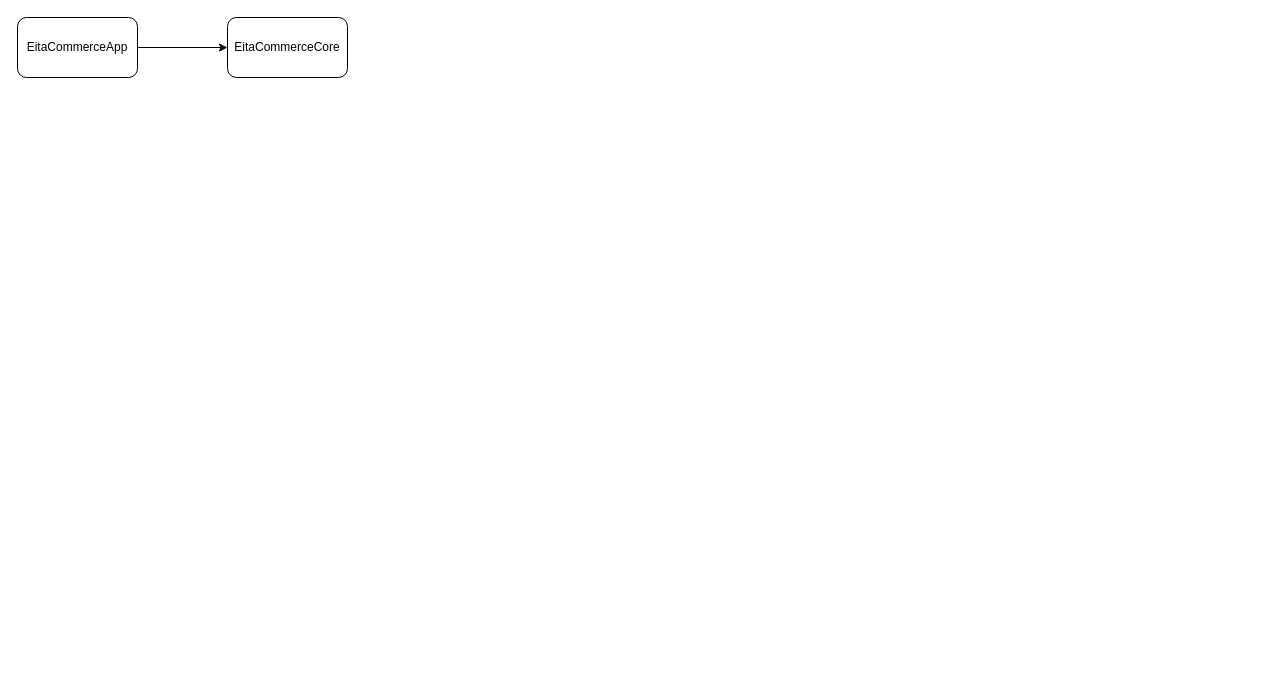
eitaumdev/EitaCommerceApp keeps this draw.io diagram as Ecommerce.drawio. Above is the earlier version. Source tidied: cells renumbered, new cells numbered last; positions are measured from the earlier drawing's top-left corner, leaving out a move shared by most shapes. Both pictures are drawn from the tidied source at 100%, with x=0, y=0 at pixel (17, 17).
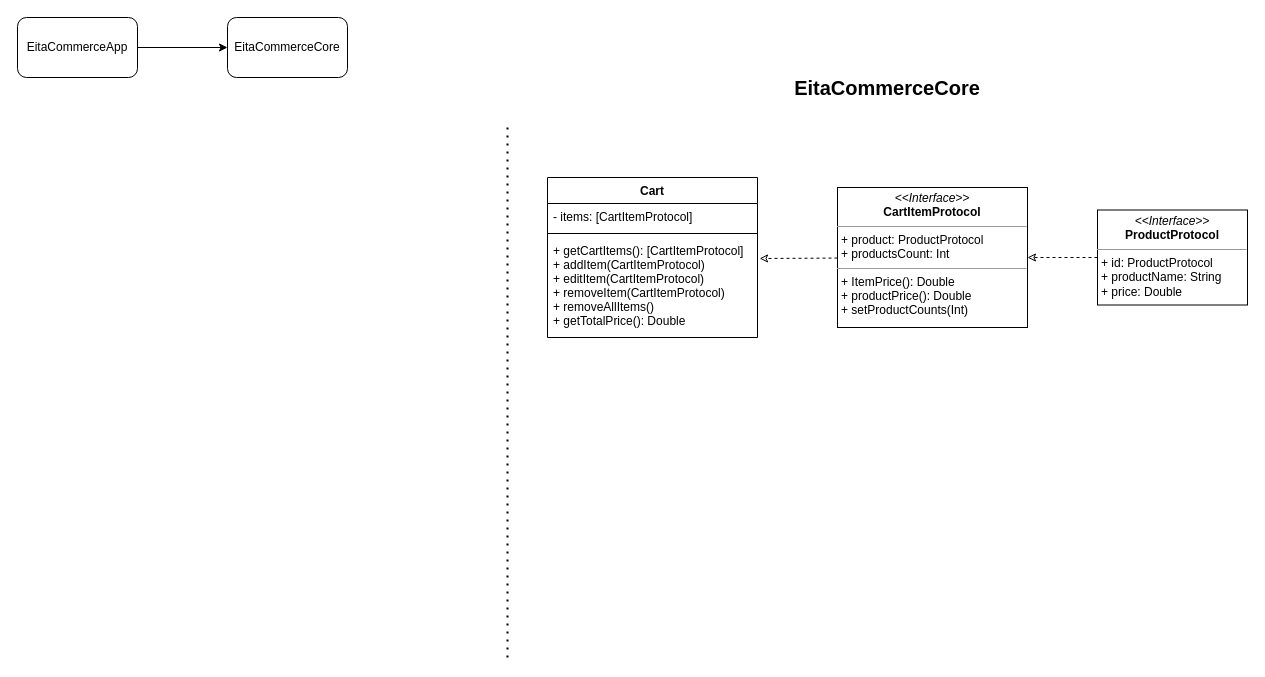
After the change.

What changed in the source:
```diff
@@
 <mxGraphModel>
   <root>
     <mxCell id="0" />
     <mxCell id="1" parent="0" />
     <mxCell id="2" value="EitaCommerceCore" style="rounded=1;whiteSpace=wrap;html=1;" parent="1" vertex="1">
       <mxGeometry x="210" width="120" height="60" as="geometry" />
     </mxCell>
     <mxCell id="3" style="edgeStyle=orthogonalEdgeStyle;rounded=0;jettySize=auto;html=1;entryX=0;entryY=0.5;entryDx=0;entryDy=0;" parent="1" edge="1" source="4" target="2">
       <mxGeometry relative="1" as="geometry" />
     </mxCell>
     <mxCell id="4" value="EitaCommerceApp" style="rounded=1;whiteSpace=wrap;html=1;" parent="1" vertex="1">
       <mxGeometry width="120" height="60" as="geometry" />
     </mxCell>
+    <mxCell id="5" style="endArrow=none;dashed=1;html=1;dashPattern=1 3;strokeWidth=2;" parent="1" edge="1">
+      <mxGeometry relative="1" as="geometry">
+        <mxPoint x="490" y="640" as="sourcePoint" />
+        <mxPoint x="490" y="110" as="targetPoint" />
+      </mxGeometry>
+    </mxCell>
+    <mxCell id="6" value="Cart" style="swimlane;fontStyle=1;align=center;verticalAlign=top;horizontal=1;startSize=26;" parent="1" vertex="1">
+      <mxGeometry x="530" y="160" width="210" height="160" as="geometry" />
+    </mxCell>
+    <mxCell id="7" value="- items: [CartItemProtocol]" style="text;strokeColor=none;fillColor=none;align=left;verticalAlign=top;spacingLeft=4;spacingRight=4;overflow=hidden;" parent="6" vertex="1">
+      <mxGeometry y="26" width="210" height="26" as="geometry" />
+    </mxCell>
+    <mxCell id="8" style="line;strokeWidth=1;fillColor=none;align=left;verticalAlign=middle;spacingTop=-1;spacingLeft=3;spacingRight=3;labelPosition=right;" parent="6" vertex="1">
+      <mxGeometry y="52" width="210" height="8" as="geometry" />
+    </mxCell>
+    <mxCell id="9" value="+ getCartItems(): [CartItemProtocol]&#10;+ addItem(CartItemProtocol)&#10;+ editItem(CartItemProtocol)&#10;+ removeItem(CartItemProtocol)&#10;+ removeAllItems()&#10;+ getTotalPrice(): Double" style="text;strokeColor=none;fillColor=none;align=left;verticalAlign=top;spacingLeft=4;spacingRight=4;overflow=hidden;points=[[0,0.5],[1,0.5]];portConstraint=eastwest;" parent="6" vertex="1">
+      <mxGeometry y="60" width="210" height="100" as="geometry" />
+    </mxCell>
+    <mxCell id="10" value="EitaCommerceCore" style="text;html=1;strokeColor=none;fillColor=none;align=center;verticalAlign=middle;whiteSpace=wrap;rounded=0;fontStyle=1;fontSize=20;" parent="1" vertex="1">
+      <mxGeometry x="790" y="60" width="160" height="20" as="geometry" />
+    </mxCell>
+    <mxCell id="11" style="edgeStyle=none;rounded=0;sketch=0;jettySize=auto;html=1;dashed=1;fontSize=20;startArrow=none;startFill=0;endArrow=classic;endFill=0;entryX=1.01;entryY=0.21;entryDx=0;entryDy=0;entryPerimeter=0;" parent="1" edge="1" source="12" target="9">
+      <mxGeometry relative="1" as="geometry" />
+    </mxCell>
+    <mxCell id="12" value="&lt;p style=&quot;margin: 0px ; margin-top: 4px ; text-align: center&quot;&gt;&lt;i&gt;&amp;lt;&amp;lt;Interface&amp;gt;&amp;gt;&lt;/i&gt;&lt;br&gt;&lt;b&gt;CartItemProtocol&lt;/b&gt;&lt;/p&gt;&lt;hr size=&quot;1&quot;&gt;&lt;p style=&quot;margin: 0px ; margin-left: 4px&quot;&gt;+ product: ProductProtocol&lt;br&gt;+ productsCount: Int&lt;/p&gt;&lt;hr size=&quot;1&quot;&gt;&lt;p style=&quot;margin: 0px ; margin-left: 4px&quot;&gt;+ ItemPrice(): Double&lt;br&gt;+ productPrice(): Double&lt;/p&gt;&lt;p style=&quot;margin: 0px ; margin-left: 4px&quot;&gt;+ setProductCounts(Int)&lt;/p&gt;" style="verticalAlign=top;align=left;overflow=fill;fontSize=12;fontFamily=Helvetica;html=1;" parent="1" vertex="1">
+      <mxGeometry x="820" y="170" width="190" height="140" as="geometry" />
+    </mxCell>
+    <mxCell id="13" style="edgeStyle=none;rounded=0;sketch=0;jettySize=auto;html=1;entryX=1;entryY=0.5;entryDx=0;entryDy=0;dashed=1;fontSize=20;startArrow=none;startFill=0;endArrow=classic;endFill=0;" parent="1" edge="1" source="14" target="12">
+      <mxGeometry relative="1" as="geometry" />
+    </mxCell>
+    <mxCell id="14" value="&lt;p style=&quot;margin: 0px ; margin-top: 4px ; text-align: center&quot;&gt;&lt;i&gt;&amp;lt;&amp;lt;Interface&amp;gt;&amp;gt;&lt;/i&gt;&lt;br&gt;&lt;b&gt;ProductProtocol&lt;/b&gt;&lt;/p&gt;&lt;hr size=&quot;1&quot;&gt;&lt;p style=&quot;margin: 0px ; margin-left: 4px&quot;&gt;+ id: ProductProtocol&lt;br&gt;+ productName: String&lt;/p&gt;&lt;p style=&quot;margin: 0px ; margin-left: 4px&quot;&gt;+ price: Double&lt;/p&gt;&lt;p style=&quot;margin: 0px ; margin-left: 4px&quot;&gt;&lt;br&gt;&lt;/p&gt;" style="verticalAlign=top;align=left;overflow=fill;fontSize=12;fontFamily=Helvetica;html=1;" parent="1" vertex="1">
+      <mxGeometry x="1080" y="192.5" width="150" height="95" as="geometry" />
+    </mxCell>
   </root>
 </mxGraphModel>
```
